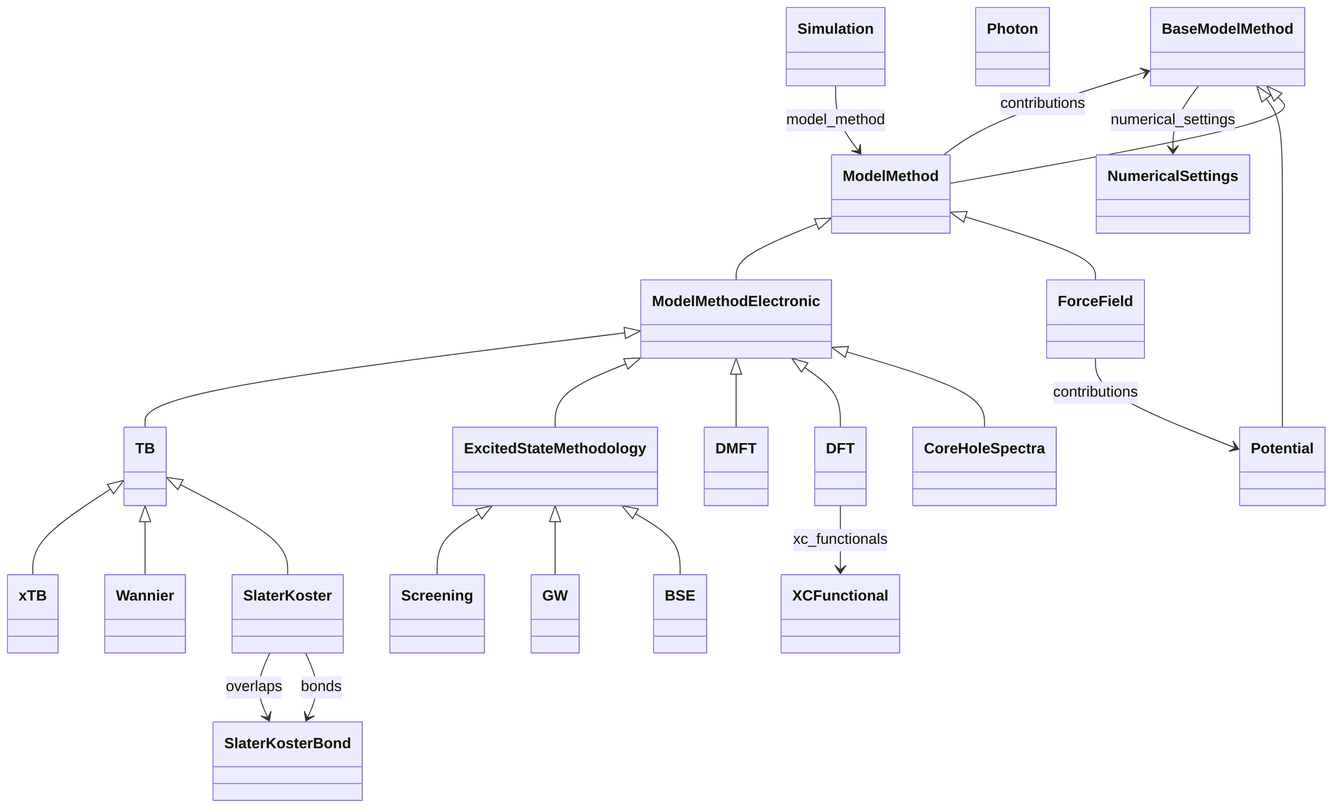
This is docs/assets/diagrams/model_method_0.png from FAIRmat-NFDI/nomad-simulations, a Mermaid export, as it was before one commit. Its source is kept beside it as docs/assets/diagrams/model_method_0.png.mmd.
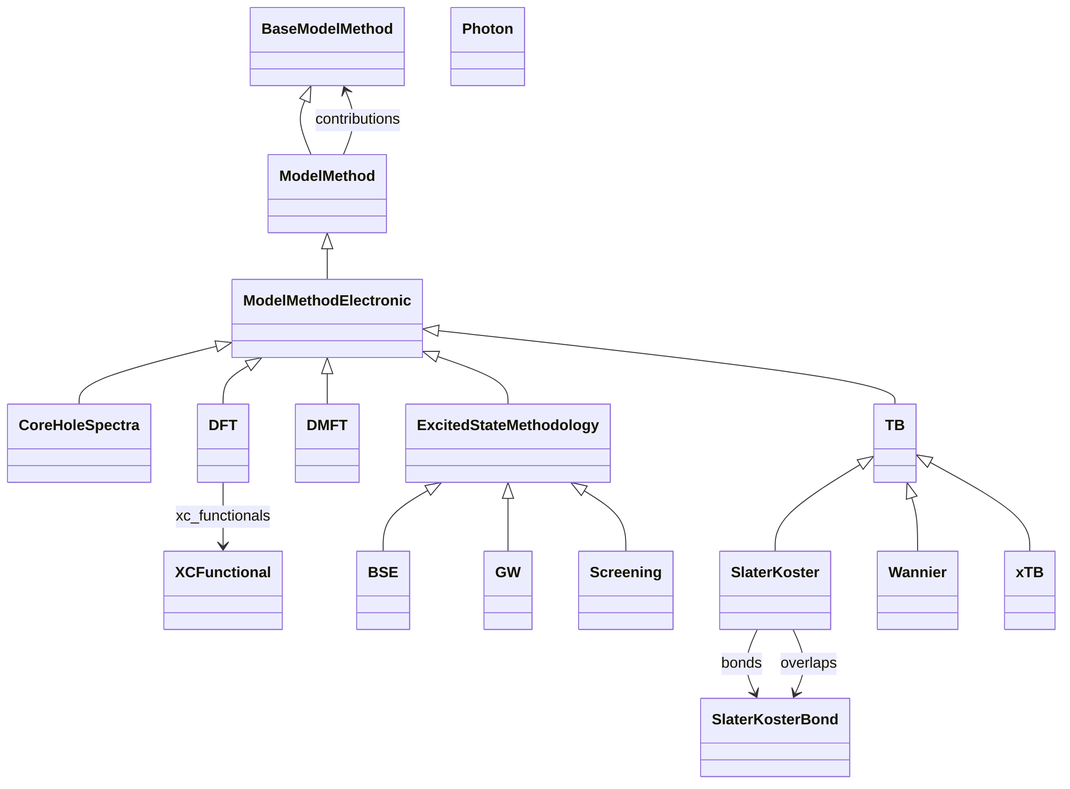
Later version of the same file.

What changed in the source:
```diff
@@ -5,15 +5,11 @@
     class DFT
     class DMFT
     class ExcitedStateMethodology
-    class ForceField
     class GW
     class ModelMethod
     class ModelMethodElectronic
-    class NumericalSettings
     class Photon
-    class Potential
     class Screening
-    class Simulation
     class SlaterKoster
     class SlaterKosterBond
     class TB
@@ -25,20 +21,15 @@
     ModelMethodElectronic <|-- DFT
     ModelMethodElectronic <|-- DMFT
     ModelMethodElectronic <|-- ExcitedStateMethodology
-    ModelMethod <|-- ForceField
     ExcitedStateMethodology <|-- GW
     BaseModelMethod <|-- ModelMethod
     ModelMethod <|-- ModelMethodElectronic
-    BaseModelMethod <|-- Potential
     ExcitedStateMethodology <|-- Screening
     TB <|-- SlaterKoster
     ModelMethodElectronic <|-- TB
     TB <|-- Wannier
     TB <|-- xTB
-    BaseModelMethod --> NumericalSettings : numerical_settings
     DFT --> XCFunctional : xc_functionals
-    ForceField --> Potential : contributions
     ModelMethod --> BaseModelMethod : contributions
-    Simulation --> ModelMethod : model_method
     SlaterKoster --> SlaterKosterBond : bonds
     SlaterKoster --> SlaterKosterBond : overlaps
```
